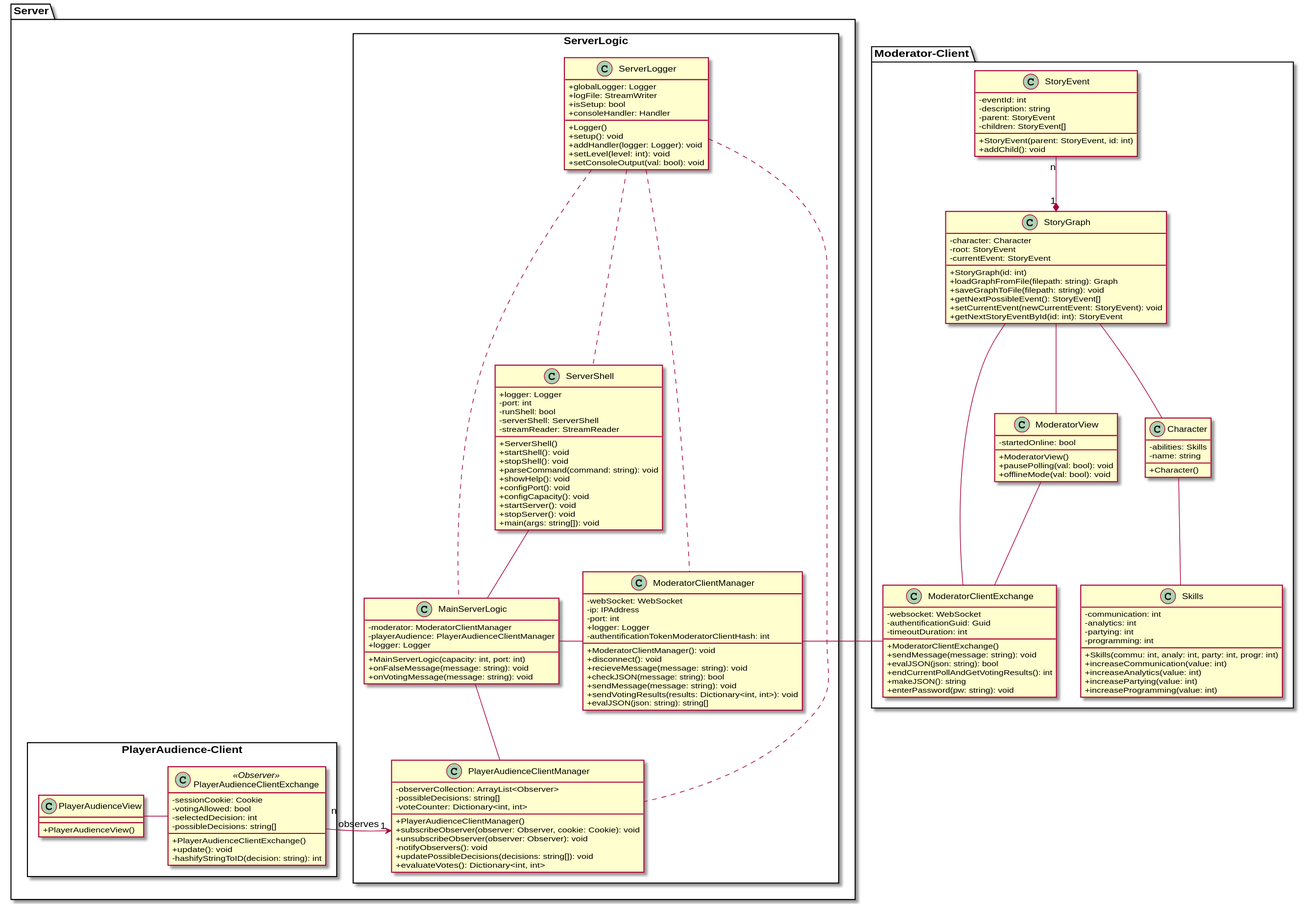
The PlantUML diagram Docs/Technical Specifications/docs/diagrams/ClassDiagrams/ClassDiagram.svg in Brotenko/QualityQuest, before a commit.
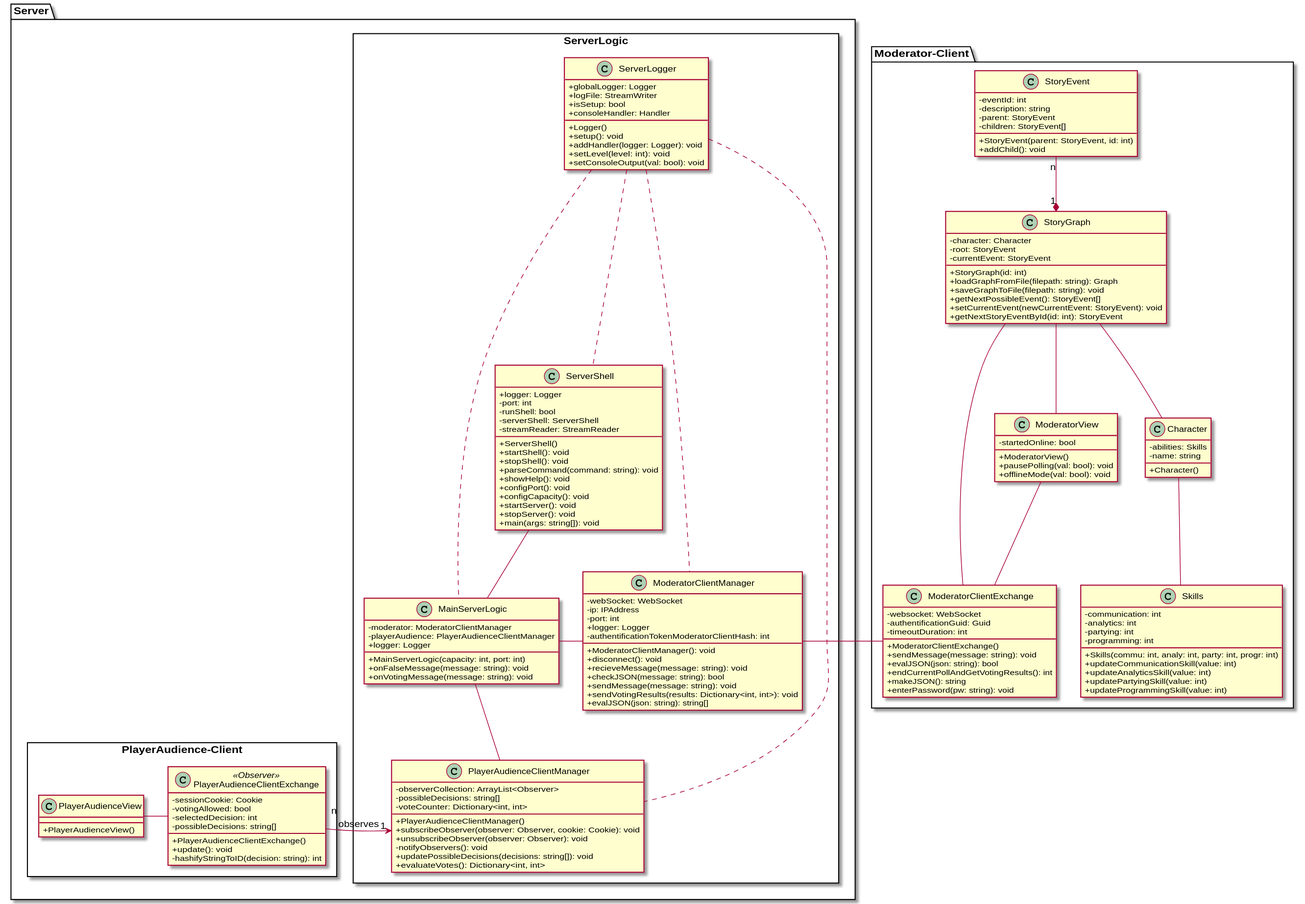
After the change.

Change to the diagram source:
```diff
@@ -49,10 +49,10 @@
     {field} -partying: int
     {field} -programming: int
     {method} + Skills(commu: int, analy: int, party: int, progr: int)
-    {method} + increaseCommunication(value: int)
-    {method} + increaseAnalytics(value: int)
-    {method} + increasePartying(value: int)
-    {method} + increaseProgramming(value: int)
+    {method} + updateCommunicationSkill(value: int)
+    {method} + updateAnalyticsSkill(value: int)
+    {method} + updatePartyingSkill(value: int)
+    {method} + updateProgrammingSkill(value: int)
   }
 
   class Character {
```
